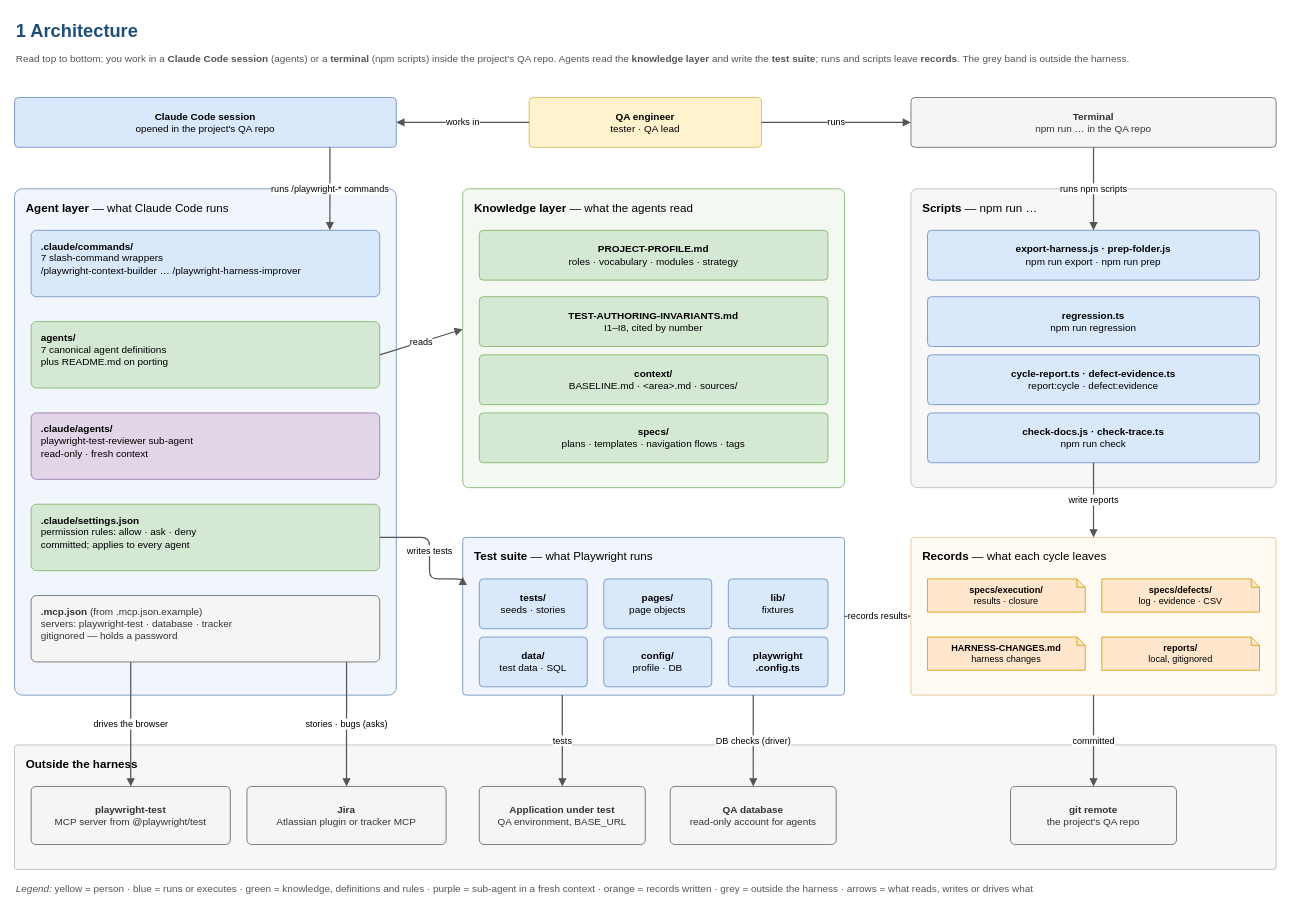
Above: page "1 Architecture" (1 of 13) of docs/harness-docs/diagrams/ai-qa-harness/ai-qa-harness.drawio in absjabed/ai-qa-harness (draw.io), before the change. Source tidied: cells renumbered, new cells numbered last; positions are measured from the earlier drawing's top-left corner, leaving out a move shared by most shapes. Both pictures are drawn from the tidied source at 83%, with x=0, y=0 at pixel (14, 14).
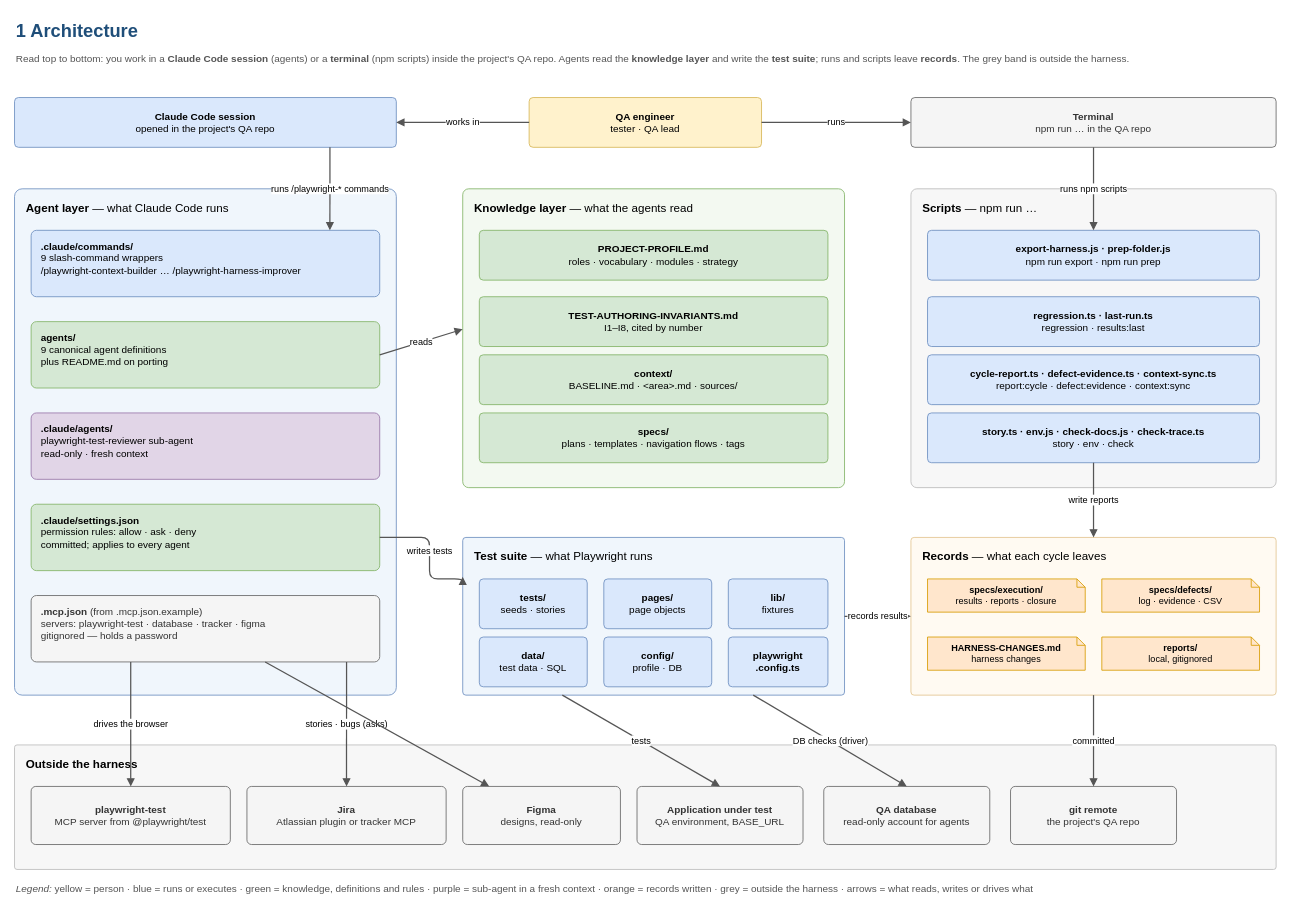
The same diagram, later.

The edit, as a diff of the source:
```diff
@@
-    <mxCell id="10" value="&lt;b&gt;.claude/commands/&lt;/b&gt;&lt;br&gt;7 slash-command wrappers&lt;br&gt;/playwright-context-builder … /playwright-harness-improver" style="fontFamily=Helvetica;html=1;whiteSpace=wrap;rounded=1;arcSize=8;fillColor=#dae8fc;strokeColor=#6c8ebf;fontSize=12;align=left;verticalAlign=top;spacingLeft=10;spacingTop=6;spacingRight=6;" parent="1" vertex="1">
+    <mxCell id="10" value="&lt;b&gt;.claude/commands/&lt;/b&gt;&lt;br&gt;9 slash-command wrappers&lt;br&gt;/playwright-context-builder … /playwright-harness-improver" style="fontFamily=Helvetica;html=1;whiteSpace=wrap;rounded=1;arcSize=8;fillColor=#dae8fc;strokeColor=#6c8ebf;fontSize=12;align=left;verticalAlign=top;spacingLeft=10;spacingTop=6;spacingRight=6;" parent="1" vertex="1">
       <mxGeometry x="20" y="260" width="420" height="80" as="geometry" />
     </mxCell>
-    <mxCell id="11" value="&lt;b&gt;agents/&lt;/b&gt;&lt;br&gt;7 canonical agent definitions&lt;br&gt;plus README.md on porting" style="fontFamily=Helvetica;html=1;whiteSpace=wrap;rounded=1;arcSize=8;fillColor=#d5e8d4;strokeColor=#82b366;fontSize=12;align=left;verticalAlign=top;spacingLeft=10;spacingTop=6;spacingRight=6;" parent="1" vertex="1">
+    <mxCell id="11" value="&lt;b&gt;agents/&lt;/b&gt;&lt;br&gt;9 canonical agent definitions&lt;br&gt;plus README.md on porting" style="fontFamily=Helvetica;html=1;whiteSpace=wrap;rounded=1;arcSize=8;fillColor=#d5e8d4;strokeColor=#82b366;fontSize=12;align=left;verticalAlign=top;spacingLeft=10;spacingTop=6;spacingRight=6;" parent="1" vertex="1">
       <mxGeometry x="20" y="370" width="420" height="80" as="geometry" />
     </mxCell>
@@
-    <mxCell id="14" value="&lt;b&gt;.mcp.json&lt;/b&gt; (from .mcp.json.example)&lt;br&gt;servers: playwright-test · database · tracker&lt;br&gt;gitignored — holds a password" style="fontFamily=Helvetica;html=1;whiteSpace=wrap;rounded=1;arcSize=8;fillColor=#f5f5f5;strokeColor=#666666;fontColor=#333333;fontSize=12;align=left;verticalAlign=top;spacingLeft=10;spacingTop=6;spacingRight=6;" parent="1" vertex="1">
+    <mxCell id="14" value="&lt;b&gt;.mcp.json&lt;/b&gt; (from .mcp.json.example)&lt;br&gt;servers: playwright-test · database · tracker · figma&lt;br&gt;gitignored — holds a password" style="fontFamily=Helvetica;html=1;whiteSpace=wrap;rounded=1;arcSize=8;fillColor=#f5f5f5;strokeColor=#666666;fontColor=#333333;fontSize=12;align=left;verticalAlign=top;spacingLeft=10;spacingTop=6;spacingRight=6;" parent="1" vertex="1">
       <mxGeometry x="20" y="700" width="420" height="80" as="geometry" />
     </mxCell>
@@
-    <mxCell id="22" value="&lt;b&gt;regression.ts&lt;/b&gt;&lt;br&gt;npm run regression" style="fontFamily=Helvetica;html=1;whiteSpace=wrap;rounded=1;arcSize=8;fillColor=#dae8fc;strokeColor=#6c8ebf;fontSize=12;" parent="1" vertex="1">
+    <mxCell id="22" value="&lt;b&gt;regression.ts · last-run.ts&lt;/b&gt;&lt;br&gt;regression · results:last" style="fontFamily=Helvetica;html=1;whiteSpace=wrap;rounded=1;arcSize=8;fillColor=#dae8fc;strokeColor=#6c8ebf;fontSize=12;" parent="1" vertex="1">
       <mxGeometry x="1100" y="340" width="400" height="60" as="geometry" />
     </mxCell>
-    <mxCell id="23" value="&lt;b&gt;cycle-report.ts · defect-evidence.ts&lt;/b&gt;&lt;br&gt;report:cycle · defect:evidence" style="fontFamily=Helvetica;html=1;whiteSpace=wrap;rounded=1;arcSize=8;fillColor=#dae8fc;strokeColor=#6c8ebf;fontSize=12;" parent="1" vertex="1">
+    <mxCell id="23" value="&lt;b&gt;cycle-report.ts · defect-evidence.ts · context-sync.ts&lt;/b&gt;&lt;br&gt;report:cycle · defect:evidence · context:sync" style="fontFamily=Helvetica;html=1;whiteSpace=wrap;rounded=1;arcSize=8;fillColor=#dae8fc;strokeColor=#6c8ebf;fontSize=12;" parent="1" vertex="1">
       <mxGeometry x="1100" y="410" width="400" height="60" as="geometry" />
     </mxCell>
-    <mxCell id="24" value="&lt;b&gt;check-docs.js · check-trace.ts&lt;/b&gt;&lt;br&gt;npm run check" style="fontFamily=Helvetica;html=1;whiteSpace=wrap;rounded=1;arcSize=8;fillColor=#dae8fc;strokeColor=#6c8ebf;fontSize=12;" parent="1" vertex="1">
+    <mxCell id="24" value="&lt;b&gt;story.ts · env.js · check-docs.js · check-trace.ts&lt;/b&gt;&lt;br&gt;story · env · check" style="fontFamily=Helvetica;html=1;whiteSpace=wrap;rounded=1;arcSize=8;fillColor=#dae8fc;strokeColor=#6c8ebf;fontSize=12;" parent="1" vertex="1">
       <mxGeometry x="1100" y="480" width="400" height="60" as="geometry" />
     </mxCell>
@@
-    <mxCell id="33" value="&lt;b&gt;specs/execution/&lt;/b&gt;&lt;br&gt;results · closure" style="fontFamily=Helvetica;html=1;whiteSpace=wrap;shape=note;backgroundOutline=1;size=10;fillColor=#ffe6cc;strokeColor=#d79b00;fontSize=11;" parent="1" vertex="1">
+    <mxCell id="33" value="&lt;b&gt;specs/execution/&lt;/b&gt;&lt;br&gt;results · reports · closure" style="fontFamily=Helvetica;html=1;whiteSpace=wrap;shape=note;backgroundOutline=1;size=10;fillColor=#ffe6cc;strokeColor=#d79b00;fontSize=11;" parent="1" vertex="1">
       <mxGeometry x="1100" y="680" width="190" height="40" as="geometry" />
     </mxCell>
@@
     <mxCell id="40" value="&lt;b&gt;Application under test&lt;/b&gt;&lt;br&gt;QA environment, BASE_URL" style="fontFamily=Helvetica;html=1;whiteSpace=wrap;rounded=1;arcSize=8;fillColor=#f5f5f5;strokeColor=#666666;fontColor=#333333;fontSize=12;" parent="1" vertex="1">
-      <mxGeometry x="560" y="930" width="200" height="70" as="geometry" />
+      <mxGeometry x="750" y="930" width="200" height="70" as="geometry" />
     </mxCell>
     <mxCell id="41" value="&lt;b&gt;QA database&lt;/b&gt;&lt;br&gt;read-only account for agents" style="fontFamily=Helvetica;html=1;whiteSpace=wrap;rounded=1;arcSize=8;fillColor=#f5f5f5;strokeColor=#666666;fontColor=#333333;fontSize=12;" parent="1" vertex="1">
-      <mxGeometry x="790" y="930" width="200" height="70" as="geometry" />
+      <mxGeometry x="975" y="930" width="200" height="70" as="geometry" />
     </mxCell>
@@
+    <mxCell id="55" value="&lt;b&gt;Figma&lt;/b&gt;&lt;br&gt;designs, read-only" style="fontFamily=Helvetica;html=1;whiteSpace=wrap;rounded=1;arcSize=8;fillColor=#f5f5f5;strokeColor=#666666;fontColor=#333333;fontSize=12;" parent="1" vertex="1">
+      <mxGeometry x="540" y="930" width="190" height="70" as="geometry" />
+    </mxCell>
+    <mxCell id="56" style="endArrow=block;endFill=1;html=1;strokeColor=#555555;strokeWidth=1.5;fontSize=11;fontFamily=Helvetica;labelBackgroundColor=#ffffff;" parent="1" edge="1" source="14" target="55">
+      <mxGeometry relative="1" as="geometry" />
+    </mxCell>
```
